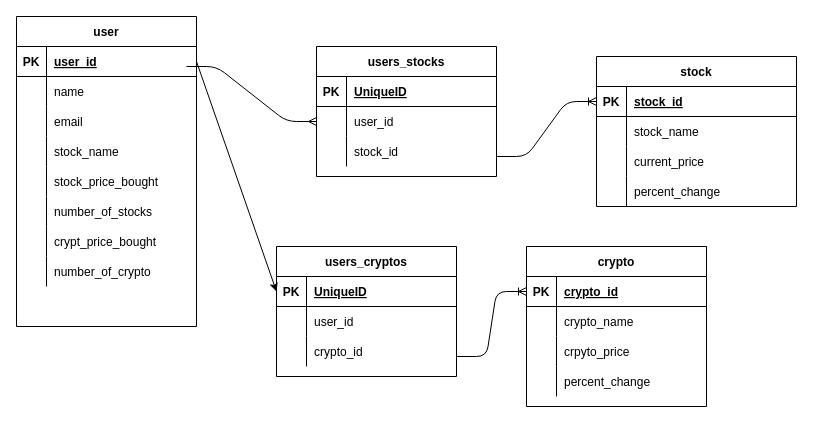
tylerchan33/StockTracker keeps this draw.io diagram as ERD.drawio. Above is the earlier version. Source tidied: cells renumbered, new cells numbered last; positions are measured from the earlier drawing's top-left corner, leaving out a move shared by most shapes. Both pictures are drawn from the tidied source at 100%, with x=0, y=0 at pixel (16, 16).
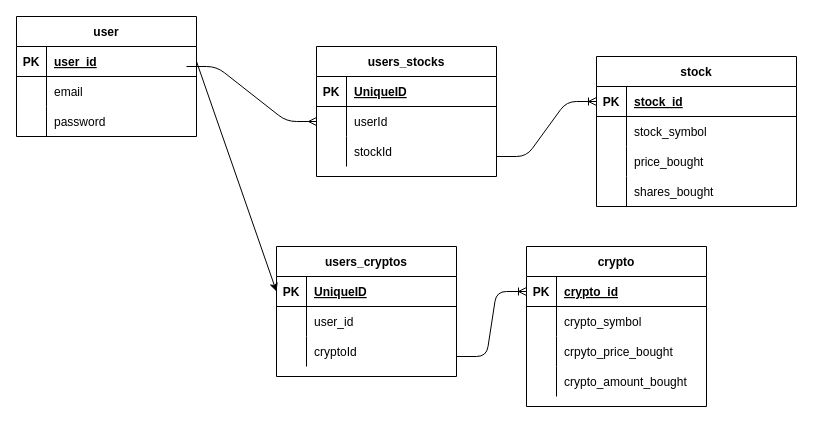
The same diagram, later.

Unchanged cells that the change refers to:
```xml
<mxCell id="6" style="shape=partialRectangle;fillColor=none;top=0;left=0;bottom=0;right=0;" parent="2" vertex="1">
  <mxGeometry y="60" width="180" height="30" as="geometry" />
</mxCell>
<mxCell id="9" style="shape=partialRectangle;fillColor=none;top=0;left=0;bottom=0;right=0;" parent="2" vertex="1">
  <mxGeometry y="90" width="180" height="30" as="geometry" />
</mxCell>
<mxCell id="31" style="shape=partialRectangle;fillColor=none;top=0;left=0;bottom=0;right=0;" parent="27" vertex="1">
  <mxGeometry y="60" width="200" height="30" as="geometry" />
</mxCell>
<mxCell id="34" style="shape=partialRectangle;fillColor=none;top=0;left=0;bottom=0;right=0;" parent="27" vertex="1">
  <mxGeometry y="90" width="200" height="30" as="geometry" />
</mxCell>
<mxCell id="37" style="shape=partialRectangle;fillColor=none;top=0;left=0;bottom=0;right=0;" parent="27" vertex="1">
  <mxGeometry y="120" width="200" height="30" as="geometry" />
</mxCell>
<mxCell id="44" style="shape=partialRectangle;fillColor=none;top=0;left=0;bottom=0;right=0;points=[[0,0.5],[1,0.5]];portConstraint=eastwest;" parent="40" vertex="1">
  <mxGeometry y="60" width="180" height="30" as="geometry" />
</mxCell>
<mxCell id="47" style="shape=partialRectangle;fillColor=none;top=0;left=0;bottom=0;right=0;" parent="40" vertex="1">
  <mxGeometry y="90" width="180" height="30" as="geometry" />
</mxCell>
<mxCell id="56" style="shape=partialRectangle;fillColor=none;top=0;left=0;bottom=0;right=0;" parent="52" vertex="1">
  <mxGeometry y="60" width="180" height="30" as="geometry" />
</mxCell>
<mxCell id="59" style="shape=partialRectangle;fillColor=none;top=0;left=0;bottom=0;right=0;" parent="52" vertex="1">
  <mxGeometry y="90" width="180" height="30" as="geometry" />
</mxCell>
<mxCell id="62" style="shape=partialRectangle;fillColor=none;top=0;left=0;bottom=0;right=0;" parent="52" vertex="1">
  <mxGeometry y="120" width="180" height="30" as="geometry" />
</mxCell>
<mxCell id="72" style="shape=partialRectangle;fillColor=none;top=0;left=0;bottom=0;right=0;" parent="65" vertex="1">
  <mxGeometry y="90" width="180" height="30" as="geometry" />
</mxCell>
```

Change to the diagram source:
```diff
@@
     <mxCell id="2" value="user" style="shape=table;startSize=30;childLayout=tableLayout;rowLines=0;fontStyle=1;align=center;" parent="1" vertex="1">
-      <mxGeometry width="180" height="310" as="geometry" />
+      <mxGeometry width="180" height="120" as="geometry" />
     </mxCell>
@@
-    <mxCell id="8" value="name" style="shape=partialRectangle;fillColor=none;top=0;left=0;bottom=0;right=0;align=left;spacingLeft=6;overflow=hidden;" parent="6" vertex="1">
+    <mxCell id="8" value="email" style="shape=partialRectangle;fillColor=none;top=0;left=0;bottom=0;right=0;align=left;spacingLeft=6;overflow=hidden;" parent="6" vertex="1">
       <mxGeometry x="30" width="150" height="30" as="geometry" />
     </mxCell>
@@
-    <mxCell id="11" value="email" style="shape=partialRectangle;fillColor=none;top=0;left=0;bottom=0;right=0;align=left;spacingLeft=6;overflow=hidden;" parent="9" vertex="1">
+    <mxCell id="11" value="password" style="shape=partialRectangle;fillColor=none;top=0;left=0;bottom=0;right=0;align=left;spacingLeft=6;overflow=hidden;" parent="9" vertex="1">
       <mxGeometry x="30" width="150" height="30" as="geometry" />
     </mxCell>
-    <mxCell id="12" style="shape=partialRectangle;fillColor=none;top=0;left=0;bottom=0;right=0;" parent="2" vertex="1">
-      <mxGeometry y="120" width="180" height="30" as="geometry" />
-    </mxCell>
-    <mxCell id="13" style="shape=partialRectangle;fillColor=none;top=0;left=0;bottom=0;right=0;overflow=hidden;" parent="12" vertex="1">
-      <mxGeometry width="30" height="30" as="geometry" />
-    </mxCell>
-    <mxCell id="14" value="stock_name" style="shape=partialRectangle;fillColor=none;top=0;left=0;bottom=0;right=0;align=left;spacingLeft=6;overflow=hidden;" parent="12" vertex="1">
-      <mxGeometry x="30" width="150" height="30" as="geometry" />
-    </mxCell>
-    <mxCell id="15" style="shape=partialRectangle;fillColor=none;top=0;left=0;bottom=0;right=0;" parent="2" vertex="1">
-      <mxGeometry y="150" width="180" height="30" as="geometry" />
-    </mxCell>
-    <mxCell id="16" style="shape=partialRectangle;fillColor=none;top=0;left=0;bottom=0;right=0;overflow=hidden;" parent="15" vertex="1">
-      <mxGeometry width="30" height="30" as="geometry" />
-    </mxCell>
-    <mxCell id="17" value="stock_price_bought" style="shape=partialRectangle;fillColor=none;top=0;left=0;bottom=0;right=0;align=left;spacingLeft=6;overflow=hidden;" parent="15" vertex="1">
-      <mxGeometry x="30" width="150" height="30" as="geometry" />
-    </mxCell>
-    <mxCell id="18" style="shape=partialRectangle;fillColor=none;top=0;left=0;bottom=0;right=0;" parent="2" vertex="1">
-      <mxGeometry y="180" width="180" height="30" as="geometry" />
-    </mxCell>
-    <mxCell id="19" style="shape=partialRectangle;fillColor=none;top=0;left=0;bottom=0;right=0;overflow=hidden;" parent="18" vertex="1">
-      <mxGeometry width="30" height="30" as="geometry" />
-    </mxCell>
-    <mxCell id="20" value="number_of_stocks" style="shape=partialRectangle;fillColor=none;top=0;left=0;bottom=0;right=0;align=left;spacingLeft=6;overflow=hidden;" parent="18" vertex="1">
-      <mxGeometry x="30" width="150" height="30" as="geometry" />
-    </mxCell>
-    <mxCell id="21" style="shape=partialRectangle;fillColor=none;top=0;left=0;bottom=0;right=0;" parent="2" vertex="1">
-      <mxGeometry y="210" width="180" height="30" as="geometry" />
-    </mxCell>
-    <mxCell id="22" style="shape=partialRectangle;fillColor=none;top=0;left=0;bottom=0;right=0;overflow=hidden;" parent="21" vertex="1">
-      <mxGeometry width="30" height="30" as="geometry" />
-    </mxCell>
-    <mxCell id="23" value="crypt_price_bought" style="shape=partialRectangle;fillColor=none;top=0;left=0;bottom=0;right=0;align=left;spacingLeft=6;overflow=hidden;" parent="21" vertex="1">
-      <mxGeometry x="30" width="150" height="30" as="geometry" />
-    </mxCell>
-    <mxCell id="24" style="shape=partialRectangle;fillColor=none;top=0;left=0;bottom=0;right=0;" parent="2" vertex="1">
-      <mxGeometry y="240" width="180" height="30" as="geometry" />
-    </mxCell>
-    <mxCell id="25" style="shape=partialRectangle;fillColor=none;top=0;left=0;bottom=0;right=0;overflow=hidden;" parent="24" vertex="1">
-      <mxGeometry width="30" height="30" as="geometry" />
-    </mxCell>
-    <mxCell id="26" value="number_of_crypto" style="shape=partialRectangle;fillColor=none;top=0;left=0;bottom=0;right=0;align=left;spacingLeft=6;overflow=hidden;" parent="24" vertex="1">
-      <mxGeometry x="30" width="150" height="30" as="geometry" />
-    </mxCell>
@@
-    <mxCell id="33" value="stock_name" style="shape=partialRectangle;fillColor=none;top=0;left=0;bottom=0;right=0;align=left;spacingLeft=6;overflow=hidden;" parent="31" vertex="1">
+    <mxCell id="33" value="stock_symbol" style="shape=partialRectangle;fillColor=none;top=0;left=0;bottom=0;right=0;align=left;spacingLeft=6;overflow=hidden;" parent="31" vertex="1">
       <mxGeometry x="30" width="170" height="30" as="geometry" />
     </mxCell>
@@
-    <mxCell id="36" value="current_price" style="shape=partialRectangle;fillColor=none;top=0;left=0;bottom=0;right=0;align=left;spacingLeft=6;overflow=hidden;" parent="34" vertex="1">
+    <mxCell id="36" value="price_bought" style="shape=partialRectangle;fillColor=none;top=0;left=0;bottom=0;right=0;align=left;spacingLeft=6;overflow=hidden;" parent="34" vertex="1">
       <mxGeometry x="30" width="170" height="30" as="geometry" />
     </mxCell>
@@
-    <mxCell id="39" value="percent_change" style="shape=partialRectangle;fillColor=none;top=0;left=0;bottom=0;right=0;align=left;spacingLeft=6;overflow=hidden;" parent="37" vertex="1">
+    <mxCell id="39" value="shares_bought" style="shape=partialRectangle;fillColor=none;top=0;left=0;bottom=0;right=0;align=left;spacingLeft=6;overflow=hidden;" parent="37" vertex="1">
       <mxGeometry x="30" width="170" height="30" as="geometry" />
     </mxCell>
@@
-    <mxCell id="46" value="user_id" style="shape=partialRectangle;fillColor=none;top=0;left=0;bottom=0;right=0;align=left;spacingLeft=6;overflow=hidden;" parent="44" vertex="1">
+    <mxCell id="46" value="userId" style="shape=partialRectangle;fillColor=none;top=0;left=0;bottom=0;right=0;align=left;spacingLeft=6;overflow=hidden;" parent="44" vertex="1">
       <mxGeometry x="30" width="150" height="30" as="geometry" />
     </mxCell>
@@
-    <mxCell id="49" value="stock_id" style="shape=partialRectangle;fillColor=none;top=0;left=0;bottom=0;right=0;align=left;spacingLeft=6;overflow=hidden;" parent="47" vertex="1">
+    <mxCell id="49" value="stockId" style="shape=partialRectangle;fillColor=none;top=0;left=0;bottom=0;right=0;align=left;spacingLeft=6;overflow=hidden;" parent="47" vertex="1">
       <mxGeometry x="30" width="150" height="30" as="geometry" />
     </mxCell>
@@
-    <mxCell id="58" value="crypto_name" style="shape=partialRectangle;fillColor=none;top=0;left=0;bottom=0;right=0;align=left;spacingLeft=6;overflow=hidden;" parent="56" vertex="1">
+    <mxCell id="58" value="crypto_symbol" style="shape=partialRectangle;fillColor=none;top=0;left=0;bottom=0;right=0;align=left;spacingLeft=6;overflow=hidden;" parent="56" vertex="1">
       <mxGeometry x="30" width="150" height="30" as="geometry" />
     </mxCell>
@@
-    <mxCell id="61" value="crpyto_price" style="shape=partialRectangle;fillColor=none;top=0;left=0;bottom=0;right=0;align=left;spacingLeft=6;overflow=hidden;" parent="59" vertex="1">
+    <mxCell id="61" value="crpyto_price_bought" style="shape=partialRectangle;fillColor=none;top=0;left=0;bottom=0;right=0;align=left;spacingLeft=6;overflow=hidden;" parent="59" vertex="1">
       <mxGeometry x="30" width="150" height="30" as="geometry" />
     </mxCell>
@@
-    <mxCell id="64" value="percent_change" style="shape=partialRectangle;fillColor=none;top=0;left=0;bottom=0;right=0;align=left;spacingLeft=6;overflow=hidden;" parent="62" vertex="1">
+    <mxCell id="64" value="crypto_amount_bought" style="shape=partialRectangle;fillColor=none;top=0;left=0;bottom=0;right=0;align=left;spacingLeft=6;overflow=hidden;" parent="62" vertex="1">
       <mxGeometry x="30" width="150" height="30" as="geometry" />
     </mxCell>
@@
-    <mxCell id="74" value="crypto_id" style="shape=partialRectangle;fillColor=none;top=0;left=0;bottom=0;right=0;align=left;spacingLeft=6;overflow=hidden;" parent="72" vertex="1">
+    <mxCell id="74" value="cryptoId" style="shape=partialRectangle;fillColor=none;top=0;left=0;bottom=0;right=0;align=left;spacingLeft=6;overflow=hidden;" parent="72" vertex="1">
       <mxGeometry x="30" width="150" height="30" as="geometry" />
     </mxCell>
```
